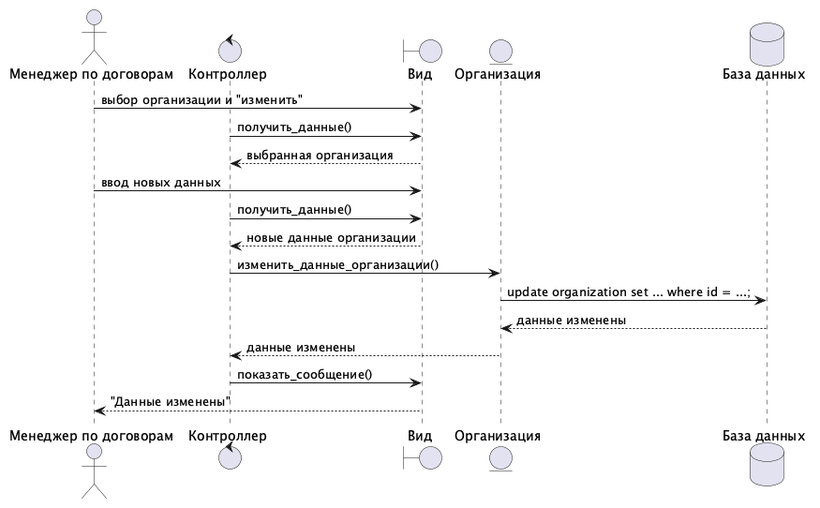
The PlantUML diagram 1 семестр/lab05-sequence/src/seq-04-update.png in olegstiv/kravchuk.o, before a commit.
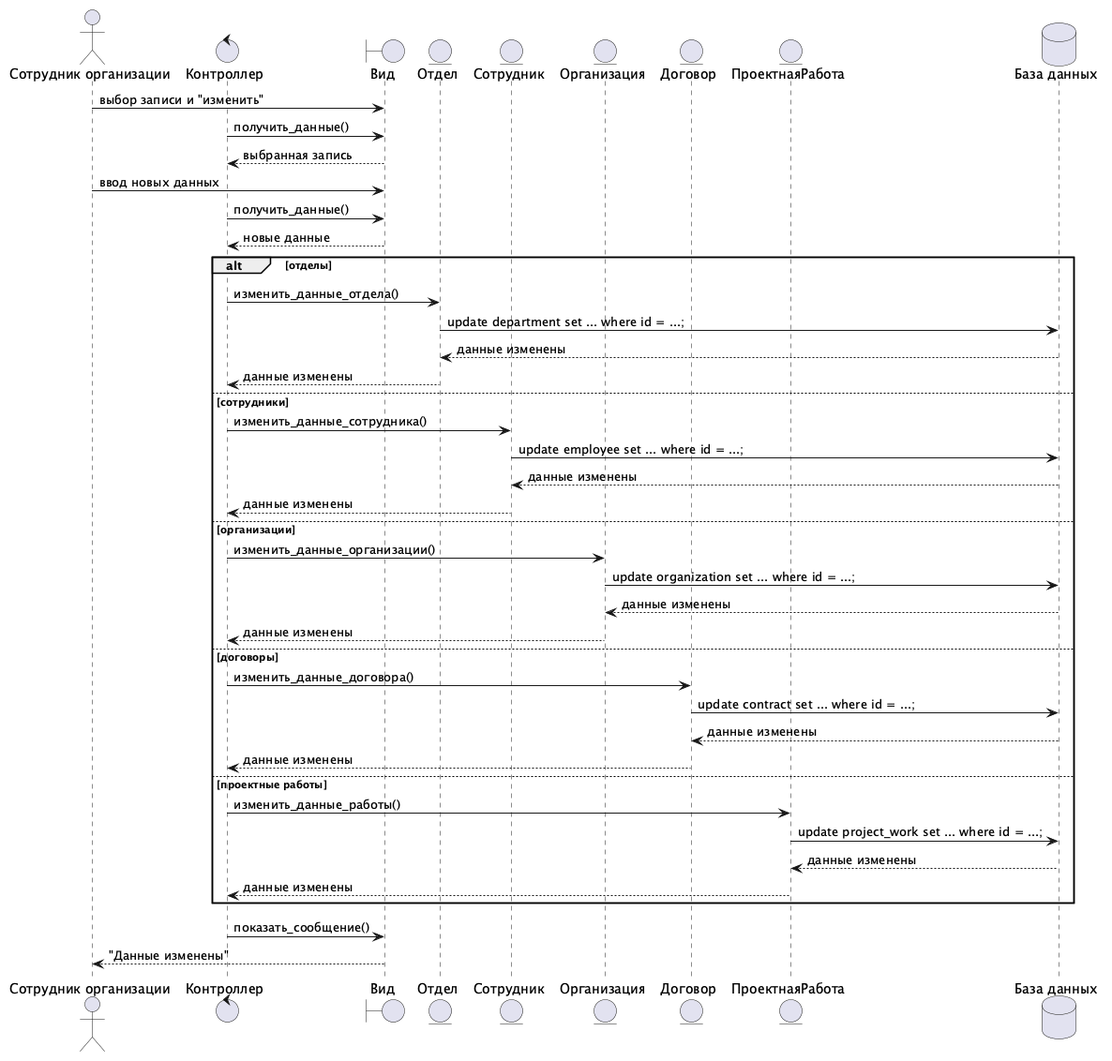
The same diagram one commit later.

Diff of the diagram source:
```diff
@@ -1,20 +1,46 @@
 @startuml
-actor       "Менеджер по договорам" as U
+actor       "Сотрудник организации" as U
 control     Контроллер
 boundary    Вид
+entity      Отдел
+entity      Сотрудник
 entity      Организация
+entity      Договор
+entity      ПроектнаяРабота
 database    "База данных"
 
-U -> Вид : выбор организации и "изменить"
+U -> Вид : выбор записи и "изменить"
 Контроллер -> Вид : получить_данные()
-return выбранная организация
+return выбранная запись
 U -> Вид : ввод новых данных
 Контроллер -> Вид : получить_данные()
-return новые данные организации
-Контроллер -> Организация : изменить_данные_организации()
-Организация -> "База данных" : update organization set ... where id = ...;
-return данные изменены
-Контроллер <-- Организация : данные изменены
+return новые данные
+alt отделы
+  Контроллер -> Отдел : изменить_данные_отдела()
+  Отдел -> "База данных" : update department set ... where id = ...;
+  return данные изменены
+  Контроллер <-- Отдел : данные изменены
+else сотрудники
+  Контроллер -> Сотрудник : изменить_данные_сотрудника()
+  Сотрудник -> "База данных" : update employee set ... where id = ...;
+  return данные изменены
+  Контроллер <-- Сотрудник : данные изменены
+else организации
+  Контроллер -> Организация : изменить_данные_организации()
+  Организация -> "База данных" : update organization set ... where id = ...;
+  return данные изменены
+  Контроллер <-- Организация : данные изменены
+else договоры
+  Контроллер -> Договор : изменить_данные_договора()
+  Договор -> "База данных" : update contract set ... where id = ...;
+  return данные изменены
+  Контроллер <-- Договор : данные изменены
+else проектные работы
+  Контроллер -> ПроектнаяРабота : изменить_данные_работы()
+  ПроектнаяРабота -> "База данных" : update project_work set ... where id = ...;
+  return данные изменены
+  Контроллер <-- ПроектнаяРабота : данные изменены
+end
 Контроллер -> Вид : показать_сообщение()
 U <-- Вид : "Данные изменены"
 @enduml
```
